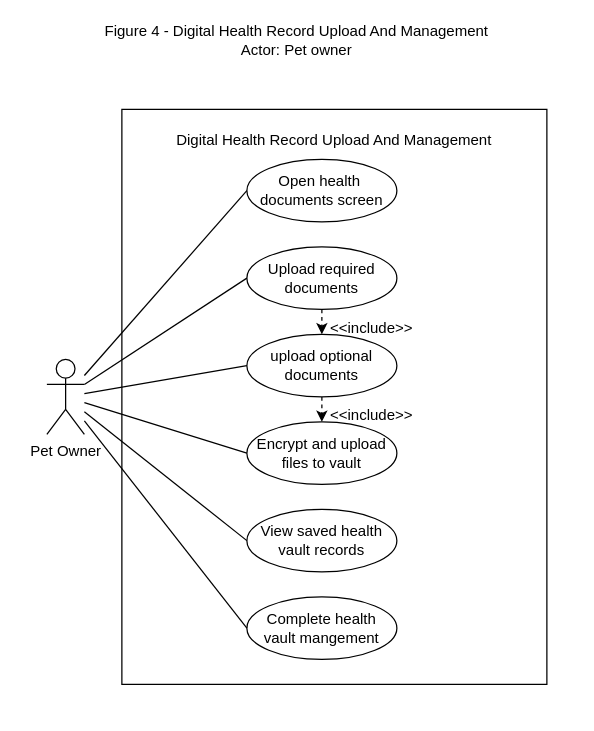
Chels013/Breedr-Diagrams keeps this draw.io diagram as page "Fig-4" (4 of 10) of USE-CASE_Diagram_Franco.drawio. Above is the earlier version. Source tidied: cells renumbered, new cells numbered last; positions are measured from the earlier drawing's top-left corner, leaving out a move shared by most shapes. Both pictures are drawn from the tidied source at 125%, with x=0, y=0 at pixel (46, 21).
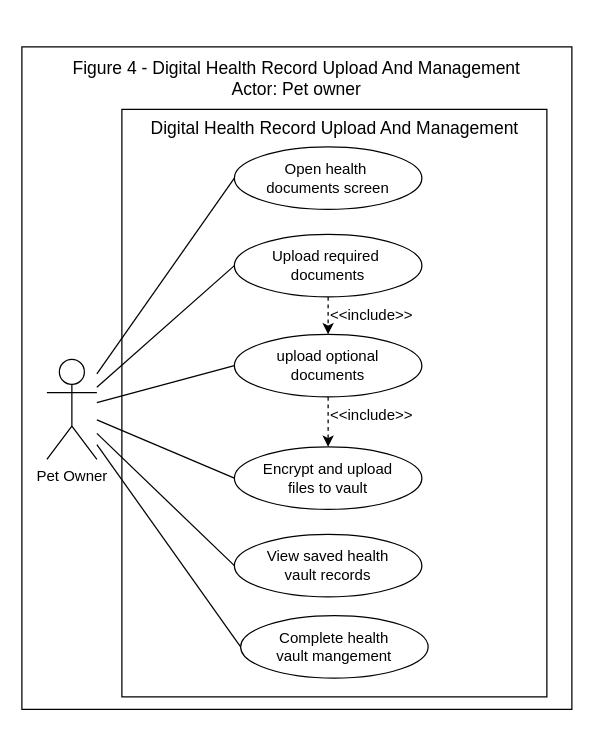
After the change.

Commit message (it also covers changes not shown here):
i revised the figure 1, Account Registration And Authentication

Diff of the diagram source:
```diff
@@
+    <mxCell id="22" style="rounded=0;whiteSpace=wrap;html=1;align=center;verticalAlign=middle;fontFamily=Helvetica;fontSize=12;fontColor=default;fillColor=none;gradientColor=none;" parent="1" vertex="1">
+      <mxGeometry x="-20" y="20" width="440" height="530" as="geometry" />
+    </mxCell>
     <mxCell id="2" style="rounded=0;whiteSpace=wrap;html=1;align=center;verticalAlign=middle;fontFamily=Helvetica;fontSize=12;fontColor=default;fillColor=none;gradientColor=none;" parent="1" vertex="1">
-      <mxGeometry x="60" y="70" width="340" height="460" as="geometry" />
+      <mxGeometry x="60" y="70" width="340" height="470" as="geometry" />
     </mxCell>
     <mxCell id="3" value="Open health&amp;nbsp;&lt;div&gt;documents screen&lt;/div&gt;" style="ellipse;whiteSpace=wrap;html=1;rounded=0;align=center;verticalAlign=middle;fontFamily=Helvetica;fontSize=12;fontColor=default;fillColor=none;gradientColor=none;" parent="1" vertex="1">
-      <mxGeometry x="160" y="110" width="120" height="50" as="geometry" />
+      <mxGeometry x="150" y="100" width="150" height="50" as="geometry" />
     </mxCell>
-    <mxCell id="4" value="Upload required documents" style="ellipse;whiteSpace=wrap;html=1;rounded=0;align=center;verticalAlign=middle;fontFamily=Helvetica;fontSize=12;fontColor=default;fillColor=none;gradientColor=none;" parent="1" vertex="1">
-      <mxGeometry x="160" y="180" width="120" height="50" as="geometry" />
+    <mxCell id="4" value="Upload required&amp;nbsp;&lt;div&gt;documents&lt;/div&gt;" style="ellipse;whiteSpace=wrap;html=1;rounded=0;align=center;verticalAlign=middle;fontFamily=Helvetica;fontSize=12;fontColor=default;fillColor=none;gradientColor=none;" parent="1" vertex="1">
+      <mxGeometry x="150" y="170" width="150" height="50" as="geometry" />
     </mxCell>
     <mxCell id="5" value="upload optional&lt;div&gt;documents&lt;/div&gt;" style="ellipse;whiteSpace=wrap;html=1;rounded=0;align=center;verticalAlign=middle;fontFamily=Helvetica;fontSize=12;fontColor=default;fillColor=none;gradientColor=none;" parent="1" vertex="1">
-      <mxGeometry x="160" y="250" width="120" height="50" as="geometry" />
+      <mxGeometry x="150" y="250" width="150" height="50" as="geometry" />
     </mxCell>
     <mxCell id="6" value="Encrypt and upload&lt;div&gt;files to vault&lt;/div&gt;" style="ellipse;whiteSpace=wrap;html=1;rounded=0;align=center;verticalAlign=middle;fontFamily=Helvetica;fontSize=12;fontColor=default;fillColor=none;gradientColor=none;" parent="1" vertex="1">
-      <mxGeometry x="160" y="320" width="120" height="50" as="geometry" />
+      <mxGeometry x="150" y="340" width="150" height="50" as="geometry" />
     </mxCell>
     <mxCell id="7" value="View saved health&lt;div&gt;vault records&lt;/div&gt;" style="ellipse;whiteSpace=wrap;html=1;rounded=0;align=center;verticalAlign=middle;fontFamily=Helvetica;fontSize=12;fontColor=default;fillColor=none;gradientColor=none;" parent="1" vertex="1">
-      <mxGeometry x="160" y="390" width="120" height="50" as="geometry" />
+      <mxGeometry x="150" y="410" width="150" height="50" as="geometry" />
     </mxCell>
     <mxCell id="8" value="Complete health&lt;div&gt;vault mangement&lt;/div&gt;" style="ellipse;whiteSpace=wrap;html=1;rounded=0;align=center;verticalAlign=middle;fontFamily=Helvetica;fontSize=12;fontColor=default;fillColor=none;gradientColor=none;" parent="1" vertex="1">
-      <mxGeometry x="160" y="460" width="120" height="50" as="geometry" />
+      <mxGeometry x="155" y="475" width="150" height="50" as="geometry" />
     </mxCell>
-    <mxCell id="9" value="Figure 4 - Digital Health Record Upload And Management&lt;div&gt;Actor: Pet owner&lt;/div&gt;" style="text;html=1;align=center;verticalAlign=middle;whiteSpace=wrap;rounded=0;fontFamily=Helvetica;fontSize=12;fontColor=default;" parent="1" vertex="1">
-      <mxGeometry x="30" width="340" height="30" as="geometry" />
+    <mxCell id="9" value="Figure 4 - Digital Health Record Upload And Management&lt;div&gt;Actor: Pet owner&lt;/div&gt;" style="text;html=1;align=center;verticalAlign=middle;whiteSpace=wrap;rounded=0;fontFamily=Helvetica;fontSize=14;fontColor=default;" parent="1" vertex="1">
+      <mxGeometry x="20" y="30" width="360" height="30" as="geometry" />
     </mxCell>
     <mxCell id="10" value="Pet Owner" style="shape=umlActor;verticalLabelPosition=bottom;verticalAlign=top;html=1;outlineConnect=0;rounded=0;align=center;fontFamily=Helvetica;fontSize=12;fontColor=default;fillColor=none;gradientColor=none;" parent="1" vertex="1">
-      <mxGeometry y="270" width="30" height="60" as="geometry" />
+      <mxGeometry y="270" width="40" height="80" as="geometry" />
     </mxCell>
@@
     <mxCell id="19" value="&amp;lt;&amp;lt;include&amp;gt;&amp;gt;" style="text;html=1;align=center;verticalAlign=middle;whiteSpace=wrap;rounded=0;fontFamily=Helvetica;fontSize=12;fontColor=default;" parent="1" vertex="1">
-      <mxGeometry x="230" y="240" width="60" height="10" as="geometry" />
+      <mxGeometry x="230" y="230" width="60" height="10" as="geometry" />
     </mxCell>
@@
-    <mxCell id="21" value="&lt;span style=&quot;color: rgb(0, 0, 0);&quot;&gt;Digital Health Record Upload And Management&lt;/span&gt;" style="text;html=1;align=center;verticalAlign=middle;whiteSpace=wrap;rounded=0;fontFamily=Helvetica;fontSize=12;fontColor=default;" parent="1" vertex="1">
-      <mxGeometry x="85" y="80" width="290" height="30" as="geometry" />
+    <mxCell id="21" value="&lt;span style=&quot;color: rgb(0, 0, 0);&quot;&gt;Digital Health Record Upload And Management&lt;/span&gt;" style="text;html=1;align=center;verticalAlign=middle;whiteSpace=wrap;rounded=0;fontFamily=Helvetica;fontSize=14;fontColor=default;" parent="1" vertex="1">
+      <mxGeometry x="77.5" y="70" width="305" height="30" as="geometry" />
     </mxCell>
```
